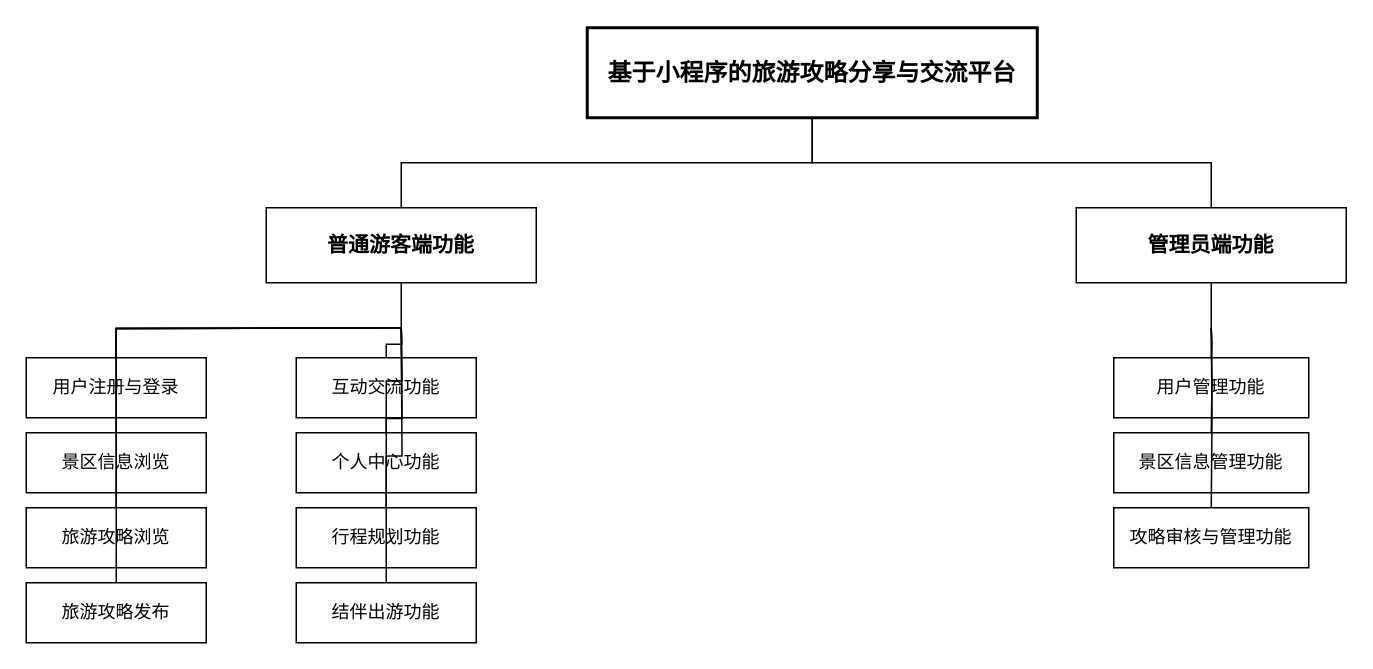
The draw.io diagram 旅游攻略功能图.drawio in ZhuSir-acm/Draw_Io, before the edit. Source tidied: cells renumbered, new cells numbered last; positions are measured from the earlier drawing's top-left corner, leaving out a move shared by most shapes. Both pictures are drawn from the tidied source at 150%, with x=0, y=0 at pixel (26, 27).
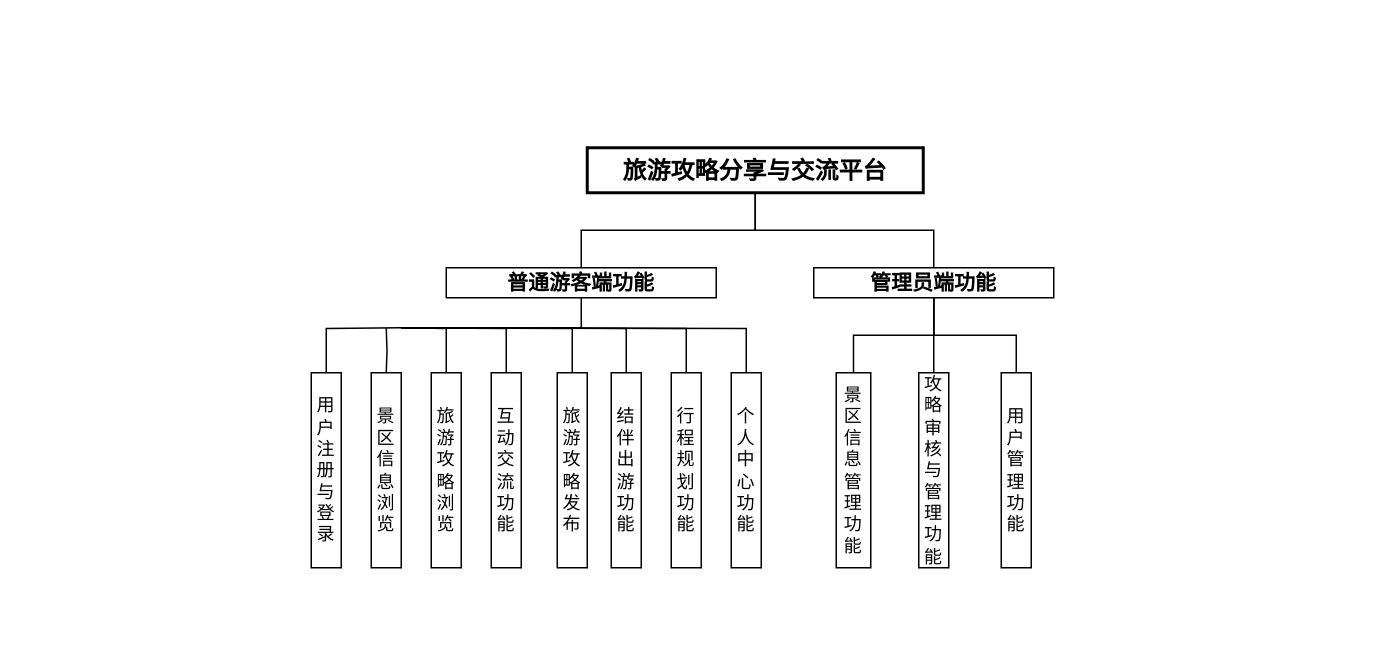
Above is the later version.

Commit message:
更新旅游攻略功能图.drawio

Change to the diagram source:
```diff
@@
-    <mxCell id="2" value="基于小程序的旅游攻略分享与交流平台" style="rounded=0;whiteSpace=wrap;html=1;fillColor=#ffffff;strokeColor=#000000;fontColor=#000000;fontStyle=1;fontSize=16;strokeWidth=2;" parent="1" vertex="1">
-      <mxGeometry x="374" width="300" height="60" as="geometry" />
+    <mxCell id="2" value="旅游攻略分享与交流平台" style="rounded=0;whiteSpace=wrap;html=1;fillColor=#ffffff;strokeColor=#000000;fontColor=#000000;fontStyle=1;fontSize=16;strokeWidth=2;" parent="1" vertex="1">
+      <mxGeometry x="374" y="80" width="224" height="30" as="geometry" />
     </mxCell>
+    <mxCell id="31" style="edgeStyle=orthogonalEdgeStyle;rounded=0;jettySize=auto;html=1;exitX=0.5;exitY=1;exitDx=0;exitDy=0;fontFamily=Helvetica;fontSize=12;fontColor=default;endArrow=none;endFill=0;" parent="1" edge="1" source="3">
+      <mxGeometry relative="1" as="geometry">
+        <mxPoint x="350" y="200" as="targetPoint" />
+        <Array as="points">
+          <mxPoint x="370" y="200" />
+        </Array>
+      </mxGeometry>
+    </mxCell>
     <mxCell id="3" value="普通游客端功能" style="rounded=0;whiteSpace=wrap;html=1;fillColor=#ffffff;strokeColor=#000000;fontColor=#000000;fontStyle=1;fontSize=14;" parent="1" vertex="1">
-      <mxGeometry x="160" y="120" width="180" height="50" as="geometry" />
+      <mxGeometry x="280" y="160" width="180" height="20" as="geometry" />
     </mxCell>
@@
+    <mxCell id="32" style="edgeStyle=orthogonalEdgeStyle;rounded=0;jettySize=auto;html=1;exitX=0.5;exitY=1;exitDx=0;exitDy=0;fontFamily=Helvetica;fontSize=12;fontColor=default;endArrow=none;endFill=0;" parent="1" edge="1" source="5" target="15">
+      <mxGeometry relative="1" as="geometry" />
+    </mxCell>
+    <mxCell id="33" style="edgeStyle=orthogonalEdgeStyle;rounded=0;jettySize=auto;html=1;exitX=0.5;exitY=1;exitDx=0;exitDy=0;entryX=0.5;entryY=0;entryDx=0;entryDy=0;fontFamily=Helvetica;fontSize=12;fontColor=default;endArrow=none;endFill=0;" parent="1" edge="1" source="5" target="16">
+      <mxGeometry relative="1" as="geometry" />
+    </mxCell>
     <mxCell id="5" value="管理员端功能" style="rounded=0;whiteSpace=wrap;html=1;fillColor=#ffffff;strokeColor=#000000;fontColor=#000000;fontStyle=1;fontSize=14;" parent="1" vertex="1">
-      <mxGeometry x="700" y="120" width="180" height="50" as="geometry" />
+      <mxGeometry x="525" y="160" width="160" height="20" as="geometry" />
     </mxCell>
@@
     <mxCell id="7" value="用户注册与登录" style="rounded=0;whiteSpace=wrap;html=1;fillColor=#ffffff;strokeColor=#000000;" parent="1" vertex="1">
-      <mxGeometry y="220" width="120" height="40" as="geometry" />
+      <mxGeometry x="190" y="230" width="20" height="130" as="geometry" />
     </mxCell>
     <mxCell id="8" value="景区信息浏览" style="rounded=0;whiteSpace=wrap;html=1;fillColor=#ffffff;strokeColor=#000000;" parent="1" vertex="1">
-      <mxGeometry y="270" width="120" height="40" as="geometry" />
+      <mxGeometry x="230" y="230" width="20" height="130" as="geometry" />
     </mxCell>
     <mxCell id="9" value="旅游攻略浏览" style="rounded=0;whiteSpace=wrap;html=1;fillColor=#ffffff;strokeColor=#000000;" parent="1" vertex="1">
-      <mxGeometry y="320" width="120" height="40" as="geometry" />
+      <mxGeometry x="270" y="230" width="20" height="130" as="geometry" />
     </mxCell>
     <mxCell id="10" value="旅游攻略发布" style="rounded=0;whiteSpace=wrap;html=1;fillColor=#ffffff;strokeColor=#000000;" parent="1" vertex="1">
-      <mxGeometry y="370" width="120" height="40" as="geometry" />
+      <mxGeometry x="354" y="230" width="20" height="130" as="geometry" />
     </mxCell>
     <mxCell id="11" value="互动交流功能" style="rounded=0;whiteSpace=wrap;html=1;fillColor=#ffffff;strokeColor=#000000;" parent="1" vertex="1">
-      <mxGeometry x="180" y="220" width="120" height="40" as="geometry" />
+      <mxGeometry x="310" y="230" width="20" height="130" as="geometry" />
     </mxCell>
     <mxCell id="12" value="个人中心功能" style="rounded=0;whiteSpace=wrap;html=1;fillColor=#ffffff;strokeColor=#000000;" parent="1" vertex="1">
-      <mxGeometry x="180" y="270" width="120" height="40" as="geometry" />
+      <mxGeometry x="470" y="230" width="20" height="130" as="geometry" />
     </mxCell>
     <mxCell id="13" value="行程规划功能" style="rounded=0;whiteSpace=wrap;html=1;fillColor=#ffffff;strokeColor=#000000;" parent="1" vertex="1">
-      <mxGeometry x="180" y="320" width="120" height="40" as="geometry" />
+      <mxGeometry x="430" y="230" width="20" height="130" as="geometry" />
     </mxCell>
     <mxCell id="14" value="结伴出游功能" style="rounded=0;whiteSpace=wrap;html=1;fillColor=#ffffff;strokeColor=#000000;" parent="1" vertex="1">
-      <mxGeometry x="180" y="370" width="120" height="40" as="geometry" />
+      <mxGeometry x="390" y="230" width="20" height="130" as="geometry" />
     </mxCell>
     <mxCell id="15" value="用户管理功能" style="rounded=0;whiteSpace=wrap;html=1;fillColor=#ffffff;strokeColor=#000000;" parent="1" vertex="1">
-      <mxGeometry x="725" y="220" width="130" height="40" as="geometry" />
+      <mxGeometry x="650" y="230" width="20" height="130" as="geometry" />
     </mxCell>
     <mxCell id="16" value="景区信息管理功能" style="rounded=0;whiteSpace=wrap;html=1;fillColor=#ffffff;strokeColor=#000000;" parent="1" vertex="1">
-      <mxGeometry x="725" y="270" width="130" height="40" as="geometry" />
+      <mxGeometry x="540" y="230" width="23" height="130" as="geometry" />
     </mxCell>
     <mxCell id="17" value="攻略审核与管理功能" style="rounded=0;whiteSpace=wrap;html=1;fillColor=#ffffff;strokeColor=#000000;" parent="1" vertex="1">
-      <mxGeometry x="725" y="320" width="130" height="40" as="geometry" />
+      <mxGeometry x="595" y="230" width="20" height="130" as="geometry" />
     </mxCell>
-    <mxCell id="18" style="edgeStyle=orthogonalEdgeStyle;rounded=0;html=1;exitX=0.5;exitY=1;entryX=0.5;entryY=0;endArrow=none;strokeColor=#000000;" parent="1" edge="1" source="3">
-      <mxGeometry relative="1" as="geometry">
-        <mxPoint x="250" y="200" as="targetPoint" />
-      </mxGeometry>
-    </mxCell>
@@
     <mxCell id="20" style="edgeStyle=orthogonalEdgeStyle;rounded=0;html=1;entryX=0.5;entryY=0;endArrow=none;strokeColor=#000000;" parent="1" edge="1" target="8">
       <mxGeometry relative="1" as="geometry">
-        <mxPoint x="250" y="200" as="sourcePoint" />
+        <mxPoint x="240" y="200" as="sourcePoint" />
       </mxGeometry>
     </mxCell>
@@
-    <mxCell id="27" style="edgeStyle=orthogonalEdgeStyle;rounded=0;html=1;exitX=0.5;exitY=1;entryX=0.5;entryY=0;endArrow=none;strokeColor=#000000;" parent="1" edge="1" source="5">
-      <mxGeometry relative="1" as="geometry">
-        <mxPoint x="790" y="200" as="targetPoint" />
-      </mxGeometry>
-    </mxCell>
-    <mxCell id="28" style="edgeStyle=orthogonalEdgeStyle;rounded=0;html=1;entryX=0.5;entryY=0;endArrow=none;strokeColor=#000000;" parent="1" edge="1" target="15">
-      <mxGeometry relative="1" as="geometry">
-        <mxPoint x="790" y="200" as="sourcePoint" />
-      </mxGeometry>
-    </mxCell>
-    <mxCell id="29" style="edgeStyle=orthogonalEdgeStyle;rounded=0;html=1;entryX=0.5;entryY=0;endArrow=none;strokeColor=#000000;" parent="1" edge="1" target="16">
-      <mxGeometry relative="1" as="geometry">
-        <mxPoint x="790" y="200" as="sourcePoint" />
-      </mxGeometry>
-    </mxCell>
-    <mxCell id="30" style="edgeStyle=orthogonalEdgeStyle;rounded=0;html=1;entryX=0.5;entryY=0;endArrow=none;strokeColor=#000000;" parent="1" edge="1" target="17">
-      <mxGeometry relative="1" as="geometry">
-        <mxPoint x="790" y="200" as="sourcePoint" />
-      </mxGeometry>
+    <mxCell id="30" style="edgeStyle=orthogonalEdgeStyle;rounded=0;html=1;entryX=0.5;entryY=0;endArrow=none;strokeColor=#000000;exitX=0.5;exitY=1;exitDx=0;exitDy=0;" parent="1" edge="1" source="5" target="17">
+      <mxGeometry relative="1" as="geometry" />
     </mxCell>
```
